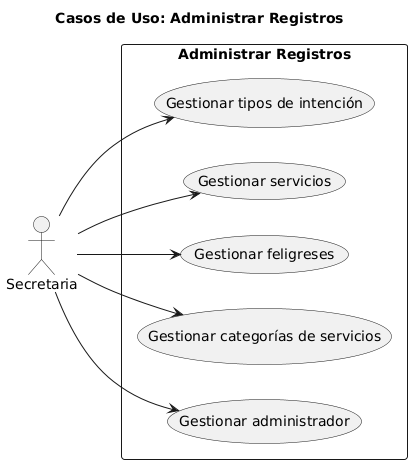
EGA-SUPREMO/Sistema-de-Gestion-Parroquial keeps this PlantUML diagram as Documentacion/casos de uso administrar registros.png. Above is the earlier version. Source of this version:
```plantuml
@startuml
title Casos de Uso: Administrar Registros
left to right direction


actor Secretaria

rectangle "Administrar Registros" {
  usecase "Gestionar administrador" as UC1
  usecase "Gestionar categorías de servicios" as UC2
  usecase "Gestionar feligreses" as UC3
  usecase "Gestionar servicios" as UC4
  usecase "Gestionar tipos de intención" as UC5
}

Secretaria --> UC1
Secretaria --> UC2
Secretaria --> UC3
Secretaria --> UC4
Secretaria --> UC5
@enduml
```
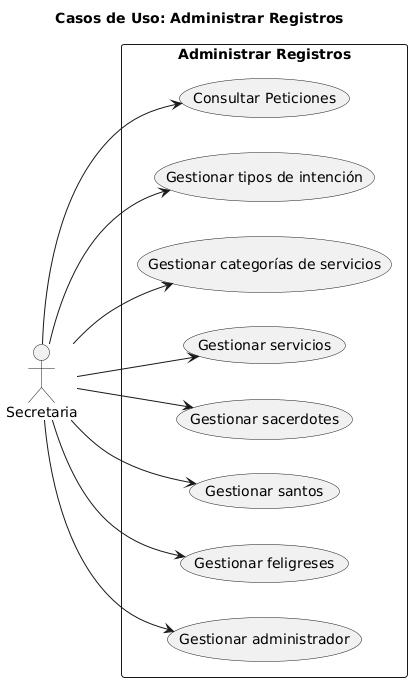
The same diagram one commit later.

Commit message:
corregir casos de uso administrar registro

Diff of the diagram source:
```diff
@@ -1,16 +1,18 @@
 @startuml
 title Casos de Uso: Administrar Registros
 left to right direction
-
 
 actor Secretaria
 
 rectangle "Administrar Registros" {
   usecase "Gestionar administrador" as UC1
+  usecase "Gestionar feligreses" as UC3
+  usecase "Gestionar santos" as UC5
+  usecase "Gestionar sacerdotes" as UC6
+  usecase "Gestionar servicios" as UC4
   usecase "Gestionar categorías de servicios" as UC2
-  usecase "Gestionar feligreses" as UC3
-  usecase "Gestionar servicios" as UC4
-  usecase "Gestionar tipos de intención" as UC5
+  usecase "Gestionar tipos de intención" as UC7
+  usecase "Consultar Peticiones" as UC8
 }
 
 Secretaria --> UC1
@@ -18,4 +20,7 @@
 Secretaria --> UC3
 Secretaria --> UC4
 Secretaria --> UC5
+Secretaria --> UC6
+Secretaria --> UC7
+Secretaria --> UC8
 @enduml
```
